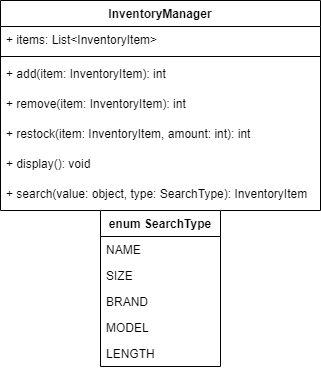
Above: Milestone3/InventoryManager.png in scoutchorton/cst-150 (draw.io), before the change. Source tidied: cells renumbered, new cells last; positions are measured from the earlier drawing's top-left corner, leaving out a move shared by most shapes.
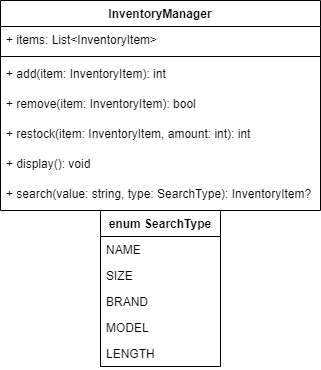
After the commit.

Commit message:
Implemented InventoryManager and updated UML class with minor changes

Diff of the diagram source:
```diff
@@ -14,7 +14,7 @@
     <mxCell id="5" value="+ add(item: InventoryItem): int" style="text;strokeColor=none;fillColor=none;align=left;verticalAlign=top;spacingLeft=4;spacingRight=4;overflow=hidden;" parent="2" vertex="1">
       <mxGeometry y="60" width="320" height="30" as="geometry" />
     </mxCell>
-    <mxCell id="6" value="+ remove(item: InventoryItem): int" style="text;strokeColor=none;fillColor=none;align=left;verticalAlign=top;spacingLeft=4;spacingRight=4;overflow=hidden;" parent="2" vertex="1">
+    <mxCell id="6" value="+ remove(item: InventoryItem): bool" style="text;strokeColor=none;fillColor=none;align=left;verticalAlign=top;spacingLeft=4;spacingRight=4;overflow=hidden;" parent="2" vertex="1">
       <mxGeometry y="90" width="320" height="30" as="geometry" />
     </mxCell>
     <mxCell id="7" value="+ restock(item: InventoryItem, amount: int): int" style="text;strokeColor=none;fillColor=none;align=left;verticalAlign=top;spacingLeft=4;spacingRight=4;overflow=hidden;" parent="2" vertex="1">
@@ -23,7 +23,7 @@
     <mxCell id="8" value="+ display(): void" style="text;strokeColor=none;fillColor=none;align=left;verticalAlign=top;spacingLeft=4;spacingRight=4;overflow=hidden;" parent="2" vertex="1">
       <mxGeometry y="150" width="320" height="30" as="geometry" />
     </mxCell>
-    <mxCell id="9" value="+ search(value: object, type: SearchType): InventoryItem" style="text;strokeColor=none;fillColor=none;align=left;verticalAlign=top;spacingLeft=4;spacingRight=4;overflow=hidden;" parent="2" vertex="1">
+    <mxCell id="9" value="+ search(value: string, type: SearchType): InventoryItem?" style="text;strokeColor=none;fillColor=none;align=left;verticalAlign=top;spacingLeft=4;spacingRight=4;overflow=hidden;" parent="2" vertex="1">
       <mxGeometry y="180" width="320" height="30" as="geometry" />
     </mxCell>
     <mxCell id="10" value="enum SearchType" style="swimlane;fontStyle=1;align=center;verticalAlign=top;horizontal=1;startSize=26;" parent="1" vertex="1">
```
